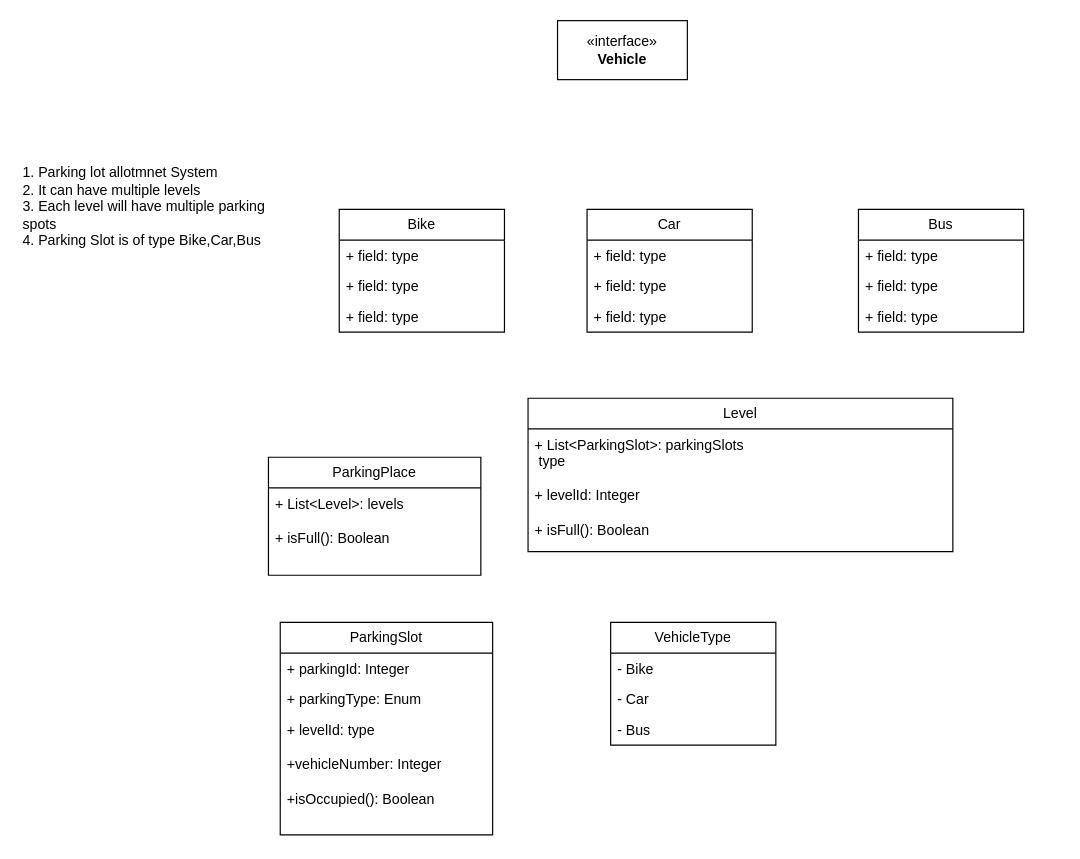
This is ParkingLot.drawio from satyanarayanaallam/system-design, a draw.io file, before an edit. Source tidied: cells renumbered, new cells numbered last; positions are measured from the earlier drawing's top-left corner, leaving out a move shared by most shapes. Both pictures are drawn from the tidied source at 118%, with x=0, y=0 at pixel (20, 20).
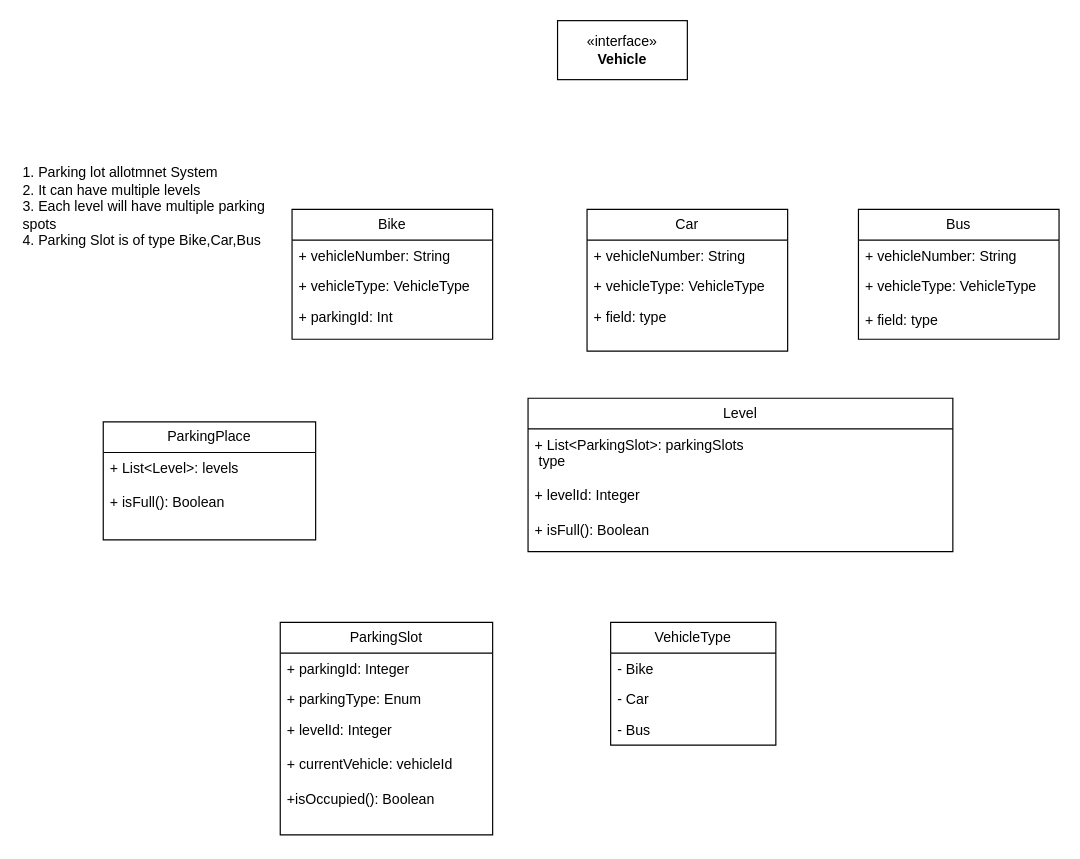
The same page after the edit.

Unchanged cells that the change refers to:
```xml
<mxCell id="20" value="ParkingSlot" style="swimlane;fontStyle=0;horizontal=1;startSize=26;fillColor=none;whiteSpace=wrap;html=1;" parent="1" vertex="1">
  <mxGeometry x="220" y="510" width="180" height="180" as="geometry" />
</mxCell>
```

Change to the diagram source:
```diff
@@
     <mxCell id="2" value="Bike" style="swimlane;fontStyle=0;horizontal=1;startSize=26;fillColor=none;whiteSpace=wrap;html=1;" parent="1" vertex="1">
-      <mxGeometry x="270" y="160" width="140" height="104" as="geometry" />
+      <mxGeometry x="230" y="160" width="170" height="110" as="geometry" />
     </mxCell>
-    <mxCell id="3" value="+ field: type" style="text;strokeColor=none;fillColor=none;align=left;verticalAlign=top;spacingLeft=4;spacingRight=4;overflow=hidden;whiteSpace=wrap;html=1;" parent="2" vertex="1">
-      <mxGeometry y="26" width="140" height="26" as="geometry" />
+    <mxCell id="3" value="+ vehicleNumber: String" style="text;strokeColor=none;fillColor=none;align=left;verticalAlign=top;spacingLeft=4;spacingRight=4;overflow=hidden;whiteSpace=wrap;html=1;" parent="2" vertex="1">
+      <mxGeometry y="26" width="170" height="26" as="geometry" />
     </mxCell>
-    <mxCell id="4" value="+ field: type" style="text;strokeColor=none;fillColor=none;align=left;verticalAlign=top;spacingLeft=4;spacingRight=4;overflow=hidden;whiteSpace=wrap;html=1;" parent="2" vertex="1">
-      <mxGeometry y="52" width="140" height="26" as="geometry" />
+    <mxCell id="4" value="+ vehicleType: VehicleType" style="text;strokeColor=none;fillColor=none;align=left;verticalAlign=top;spacingLeft=4;spacingRight=4;overflow=hidden;whiteSpace=wrap;html=1;" parent="2" vertex="1">
+      <mxGeometry y="52" width="170" height="26" as="geometry" />
     </mxCell>
-    <mxCell id="5" value="+ field: type" style="text;strokeColor=none;fillColor=none;align=left;verticalAlign=top;spacingLeft=4;spacingRight=4;overflow=hidden;whiteSpace=wrap;html=1;" parent="2" vertex="1">
-      <mxGeometry y="78" width="140" height="26" as="geometry" />
+    <mxCell id="5" value="+ parkingId: Int" style="text;strokeColor=none;fillColor=none;align=left;verticalAlign=top;spacingLeft=4;spacingRight=4;overflow=hidden;whiteSpace=wrap;html=1;" parent="2" vertex="1">
+      <mxGeometry y="78" width="170" height="32" as="geometry" />
     </mxCell>
     <mxCell id="6" value="Car" style="swimlane;fontStyle=0;horizontal=1;startSize=26;fillColor=none;whiteSpace=wrap;html=1;" parent="1" vertex="1">
-      <mxGeometry x="480" y="160" width="140" height="104" as="geometry" />
+      <mxGeometry x="480" y="160" width="170" height="120" as="geometry" />
     </mxCell>
-    <mxCell id="7" value="+ field: type" style="text;strokeColor=none;fillColor=none;align=left;verticalAlign=top;spacingLeft=4;spacingRight=4;overflow=hidden;whiteSpace=wrap;html=1;" parent="6" vertex="1">
-      <mxGeometry y="26" width="140" height="26" as="geometry" />
+    <mxCell id="7" value="+ vehicleNumber: String" style="text;strokeColor=none;fillColor=none;align=left;verticalAlign=top;spacingLeft=4;spacingRight=4;overflow=hidden;whiteSpace=wrap;html=1;" parent="6" vertex="1">
+      <mxGeometry y="26" width="170" height="26" as="geometry" />
     </mxCell>
-    <mxCell id="8" value="+ field: type" style="text;strokeColor=none;fillColor=none;align=left;verticalAlign=top;spacingLeft=4;spacingRight=4;overflow=hidden;whiteSpace=wrap;html=1;" parent="6" vertex="1">
-      <mxGeometry y="52" width="140" height="26" as="geometry" />
+    <mxCell id="8" value="+ vehicleType: VehicleType" style="text;strokeColor=none;fillColor=none;align=left;verticalAlign=top;spacingLeft=4;spacingRight=4;overflow=hidden;whiteSpace=wrap;html=1;" parent="6" vertex="1">
+      <mxGeometry y="52" width="170" height="26" as="geometry" />
     </mxCell>
     <mxCell id="9" value="+ field: type" style="text;strokeColor=none;fillColor=none;align=left;verticalAlign=top;spacingLeft=4;spacingRight=4;overflow=hidden;whiteSpace=wrap;html=1;" parent="6" vertex="1">
-      <mxGeometry y="78" width="140" height="26" as="geometry" />
+      <mxGeometry y="78" width="170" height="42" as="geometry" />
     </mxCell>
     <mxCell id="10" value="Bus" style="swimlane;fontStyle=0;horizontal=1;startSize=26;fillColor=none;whiteSpace=wrap;html=1;" parent="1" vertex="1">
-      <mxGeometry x="710" y="160" width="140" height="104" as="geometry" />
+      <mxGeometry x="710" y="160" width="170" height="110" as="geometry" />
     </mxCell>
-    <mxCell id="11" value="+ field: type" style="text;strokeColor=none;fillColor=none;align=left;verticalAlign=top;spacingLeft=4;spacingRight=4;overflow=hidden;whiteSpace=wrap;html=1;" parent="10" vertex="1">
-      <mxGeometry y="26" width="140" height="26" as="geometry" />
+    <mxCell id="11" value="+ vehicleNumber: String" style="text;strokeColor=none;fillColor=none;align=left;verticalAlign=top;spacingLeft=4;spacingRight=4;overflow=hidden;whiteSpace=wrap;html=1;" parent="10" vertex="1">
+      <mxGeometry y="26" width="170" height="26" as="geometry" />
     </mxCell>
-    <mxCell id="12" value="+ field: type" style="text;strokeColor=none;fillColor=none;align=left;verticalAlign=top;spacingLeft=4;spacingRight=4;overflow=hidden;whiteSpace=wrap;html=1;" parent="10" vertex="1">
-      <mxGeometry y="52" width="140" height="26" as="geometry" />
+    <mxCell id="12" value="+ vehicleType: VehicleType" style="text;strokeColor=none;fillColor=none;align=left;verticalAlign=top;spacingLeft=4;spacingRight=4;overflow=hidden;whiteSpace=wrap;html=1;" parent="10" vertex="1">
+      <mxGeometry y="52" width="170" height="28" as="geometry" />
     </mxCell>
     <mxCell id="13" value="+ field: type" style="text;strokeColor=none;fillColor=none;align=left;verticalAlign=top;spacingLeft=4;spacingRight=4;overflow=hidden;whiteSpace=wrap;html=1;" parent="10" vertex="1">
-      <mxGeometry y="78" width="140" height="26" as="geometry" />
+      <mxGeometry y="80" width="170" height="30" as="geometry" />
     </mxCell>
@@
     <mxCell id="16" value="ParkingPlace" style="swimlane;fontStyle=0;horizontal=1;startSize=26;fillColor=none;whiteSpace=wrap;html=1;" parent="1" vertex="1">
-      <mxGeometry x="210" y="370" width="180" height="100" as="geometry" />
+      <mxGeometry x="70" y="340" width="180" height="100" as="geometry" />
     </mxCell>
@@
-    <mxCell id="23" value="+ levelId: type&lt;div&gt;&lt;br&gt;&lt;/div&gt;&lt;div&gt;+vehicleNumber: Integer&lt;br&gt;&lt;div&gt;&lt;br&gt;&lt;/div&gt;&lt;div&gt;+isOccupied(): Boolean&lt;/div&gt;&lt;/div&gt;" style="text;strokeColor=none;fillColor=none;align=left;verticalAlign=top;spacingLeft=4;spacingRight=4;overflow=hidden;whiteSpace=wrap;html=1;" parent="20" vertex="1">
+    <mxCell id="23" value="+ levelId: Integer&lt;div&gt;&lt;br&gt;&lt;/div&gt;&lt;div&gt;+ currentVehicle: vehicleId&lt;br&gt;&lt;div&gt;&lt;br&gt;&lt;/div&gt;&lt;div&gt;+isOccupied(): Boolean&lt;/div&gt;&lt;/div&gt;" style="text;strokeColor=none;fillColor=none;align=left;verticalAlign=top;spacingLeft=4;spacingRight=4;overflow=hidden;whiteSpace=wrap;html=1;" parent="20" vertex="1">
       <mxGeometry y="78" width="180" height="102" as="geometry" />
     </mxCell>
```
